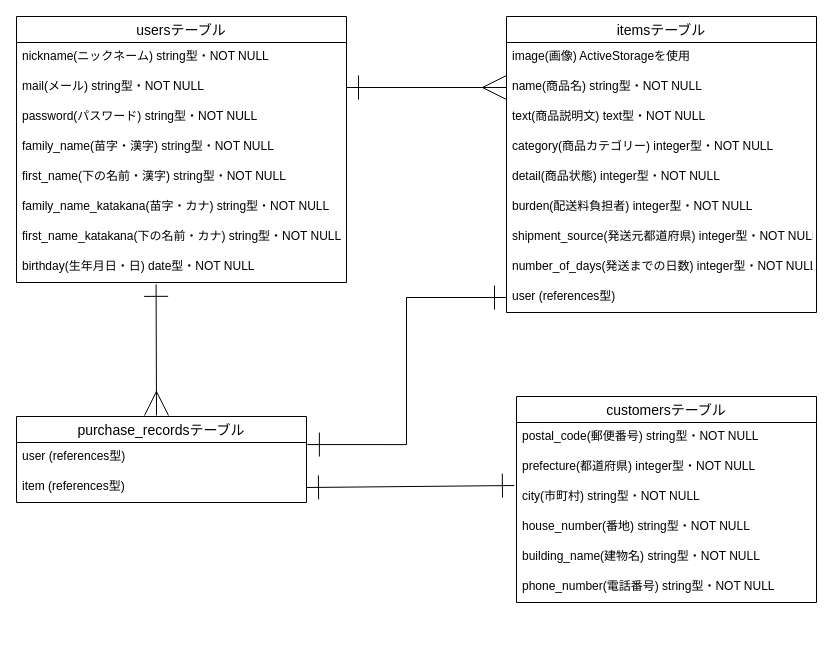
The draw.io diagram database.dio in NUKEDO/furima-31127, before the edit. Source tidied: cells renumbered, new cells numbered last; positions are measured from the earlier drawing's top-left corner, leaving out a move shared by most shapes. Both pictures are drawn from the tidied source at 100%, with x=0, y=0 at pixel (16, 16).
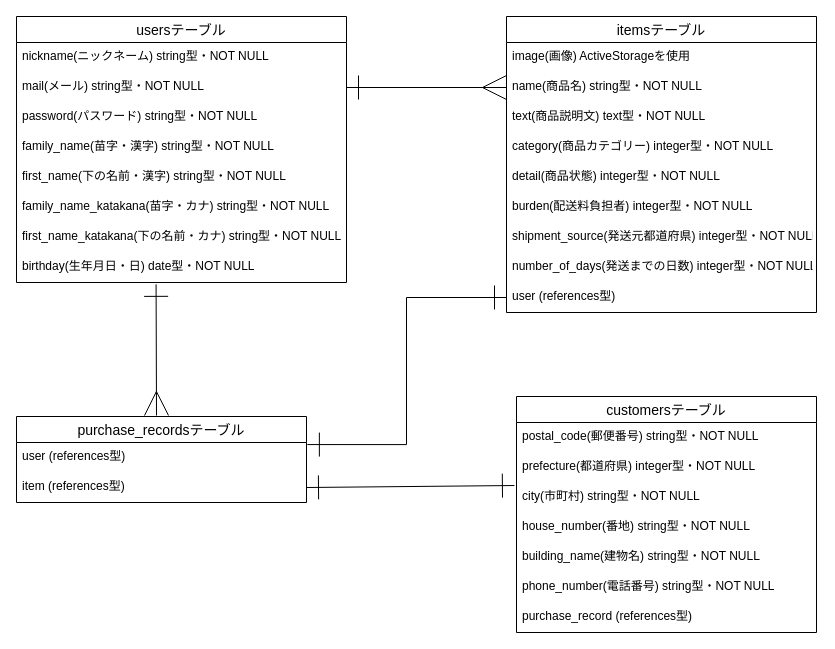
After the change.

Commit message (it also covers changes not shown here):
データベース設計修正２

指摘されていた修正の抜けを修正

The edit, as a diff of the source:
```diff
@@
     <mxCell id="13" value="customersテーブル" style="swimlane;fontStyle=0;horizontal=1;startSize=26;align=center;fontSize=14;" parent="1" vertex="1">
-      <mxGeometry x="500" y="380" width="300" height="206" as="geometry" />
+      <mxGeometry x="500" y="380" width="300" height="236" as="geometry" />
     </mxCell>
@@
+    <mxCell id="35" value="purchase_record (references型)" style="text;strokeColor=none;fillColor=none;spacingLeft=4;spacingRight=4;overflow=hidden;fontSize=12;" parent="13" vertex="1">
+      <mxGeometry y="206" width="300" height="30" as="geometry" />
+    </mxCell>
```
